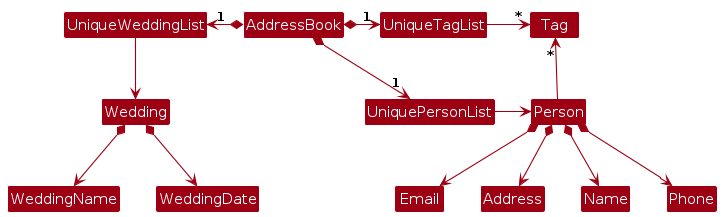
Earlier version of the PlantUML export diagrams/BetterModelClassDiagram.png (AY2425S1-CS2103T-T12-2/tp). Its source is kept beside it as diagrams/BetterModelClassDiagram.puml. The source it was exported from:
```plantuml
@startuml
!include style.puml
skinparam arrowThickness 1.1
skinparam arrowColor MODEL_COLOR
skinparam classBackgroundColor MODEL_COLOR

AddressBook *-left-> "1" UniqueWeddingList
AddressBook *-right-> "1" UniquePersonList
AddressBook *-right-> "1" UniqueTagList
UniqueTagList -[hidden]down- UniquePersonList
UniqueTagList -[hidden]down- UniquePersonList

UniqueTagList -right-> "*" Tag
UniquePersonList -right-> Person
UniqueWeddingList -down-> Wedding


Person -up-> "*" Tag

Person *--> Name
Person *--> Phone
Person *--> Email
Person *--> Address

Wedding *--> WeddingName
Wedding *--> WeddingDate

@enduml
```
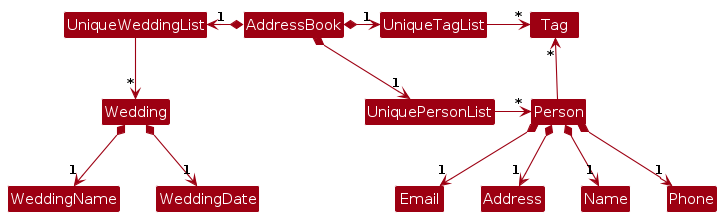
The same file after the commit.

Diff of the diagram source:
```diff
@@ -11,18 +11,18 @@
 UniqueTagList -[hidden]down- UniquePersonList
 
 UniqueTagList -right-> "*" Tag
-UniquePersonList -right-> Person
-UniqueWeddingList -down-> Wedding
+UniquePersonList -right-> "*" Person
+UniqueWeddingList -down-> "*" Wedding
 
 
 Person -up-> "*" Tag
 
-Person *--> Name
-Person *--> Phone
-Person *--> Email
-Person *--> Address
+Person *--> "1" Name
+Person *--> "1" Phone
+Person *--> "1" Email
+Person *--> "1" Address
 
-Wedding *--> WeddingName
-Wedding *--> WeddingDate
+Wedding *--> "1" WeddingName
+Wedding *--> "1" WeddingDate
 
 @enduml
```
